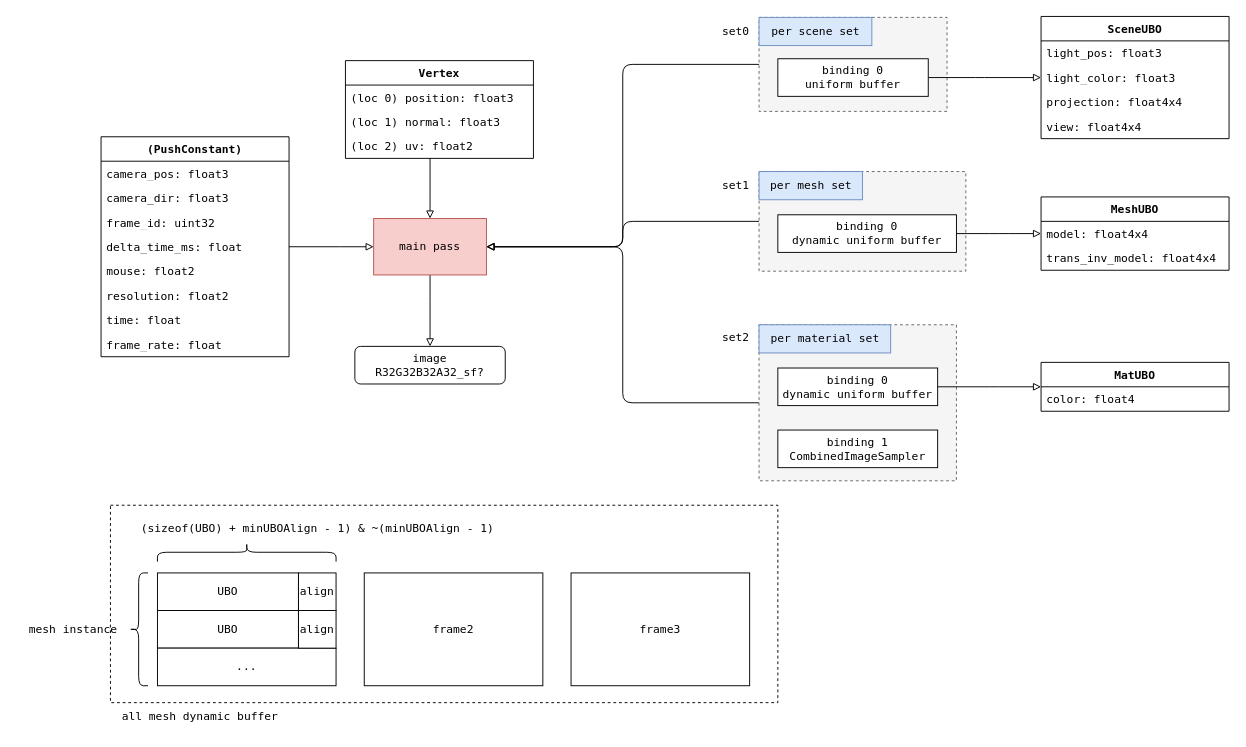
Above: doc/phong.drawio in acccoco/Render-Rust-vk-Truvis (draw.io), before the change. Source tidied: cells renumbered, new cells numbered last; positions are measured from the earlier drawing's top-left corner, leaving out a move shared by most shapes. Both pictures are drawn from the tidied source at 94%, with x=0, y=0 at pixel (16, 16).
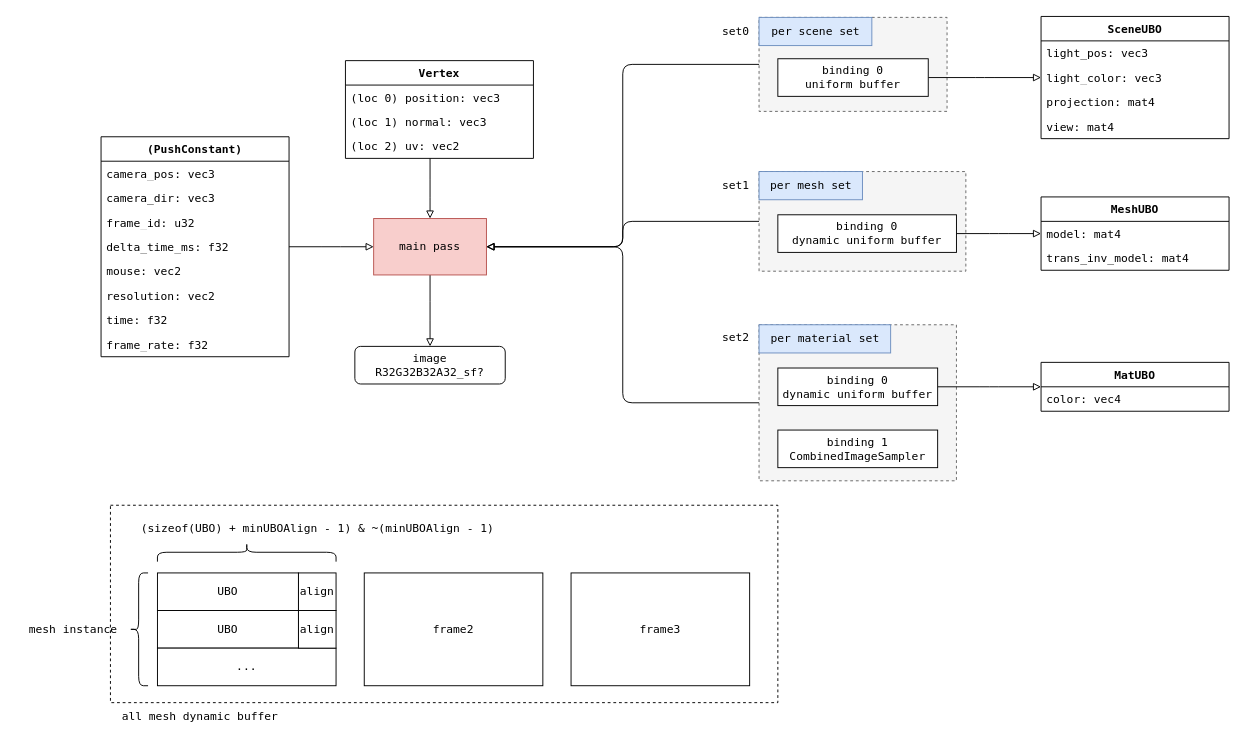
The same diagram, later.

Unchanged cells that the change refers to:
```xml
<mxCell id="13" value="Vertex" style="swimlane;fontStyle=1;align=center;verticalAlign=top;horizontal=1;startSize=26;whiteSpace=wrap;html=1;fontFamily=Lucida Console;" parent="1" vertex="1">
  <mxGeometry x="350" y="47" width="200" height="104" as="geometry" />
</mxCell>
<mxCell id="18" value="SceneUBO" style="swimlane;fontStyle=1;align=center;verticalAlign=top;horizontal=1;startSize=26;whiteSpace=wrap;html=1;fontFamily=Lucida Console;" parent="1" vertex="1">
  <mxGeometry x="1090" width="200" height="130" as="geometry" />
</mxCell>
<mxCell id="26" value="MeshUBO" style="swimlane;fontStyle=1;align=center;verticalAlign=top;horizontal=1;startSize=26;whiteSpace=wrap;html=1;fontFamily=Lucida Console;" parent="1" vertex="1">
  <mxGeometry x="1090" y="192" width="200" height="78" as="geometry" />
</mxCell>
<mxCell id="37" value="(PushConstant)" style="swimlane;fontStyle=1;align=center;verticalAlign=top;horizontal=1;startSize=26;whiteSpace=wrap;html=1;fontFamily=Lucida Console;" parent="1" vertex="1">
  <mxGeometry x="90" y="128" width="200" height="234" as="geometry" />
</mxCell>
<mxCell id="48" value="MatUBO" style="swimlane;fontStyle=1;align=center;verticalAlign=top;horizontal=1;startSize=26;whiteSpace=wrap;html=1;fontFamily=Lucida Console;" parent="1" vertex="1">
  <mxGeometry x="1090" y="368" width="200" height="52" as="geometry" />
</mxCell>
```

What changed in the source:
```diff
@@
-    <mxCell id="14" value="(loc 0) position: float3" style="text;strokeColor=none;fillColor=none;align=left;verticalAlign=top;spacingLeft=4;spacingRight=4;overflow=hidden;whiteSpace=wrap;html=1;fontFamily=Lucida Console;" parent="13" vertex="1">
+    <mxCell id="14" value="(loc 0) position: vec3" style="text;strokeColor=none;fillColor=none;align=left;verticalAlign=top;spacingLeft=4;spacingRight=4;overflow=hidden;whiteSpace=wrap;html=1;fontFamily=Lucida Console;" parent="13" vertex="1">
       <mxGeometry y="26" width="200" height="26" as="geometry" />
     </mxCell>
-    <mxCell id="15" value="(loc 1) normal: float3" style="text;strokeColor=none;fillColor=none;align=left;verticalAlign=top;spacingLeft=4;spacingRight=4;overflow=hidden;whiteSpace=wrap;html=1;fontFamily=Lucida Console;" parent="13" vertex="1">
+    <mxCell id="15" value="(loc 1) normal: vec3" style="text;strokeColor=none;fillColor=none;align=left;verticalAlign=top;spacingLeft=4;spacingRight=4;overflow=hidden;whiteSpace=wrap;html=1;fontFamily=Lucida Console;" parent="13" vertex="1">
       <mxGeometry y="52" width="200" height="26" as="geometry" />
     </mxCell>
-    <mxCell id="16" value="(loc 2) uv: float2" style="text;strokeColor=none;fillColor=none;align=left;verticalAlign=top;spacingLeft=4;spacingRight=4;overflow=hidden;whiteSpace=wrap;html=1;fontFamily=Lucida Console;" parent="13" vertex="1">
+    <mxCell id="16" value="(loc 2) uv: vec2" style="text;strokeColor=none;fillColor=none;align=left;verticalAlign=top;spacingLeft=4;spacingRight=4;overflow=hidden;whiteSpace=wrap;html=1;fontFamily=Lucida Console;" parent="13" vertex="1">
       <mxGeometry y="78" width="200" height="26" as="geometry" />
     </mxCell>
@@
-    <mxCell id="19" value="light_pos: float3" style="text;strokeColor=none;fillColor=none;align=left;verticalAlign=top;spacingLeft=4;spacingRight=4;overflow=hidden;whiteSpace=wrap;html=1;fontFamily=Lucida Console;" parent="18" vertex="1">
+    <mxCell id="19" value="light_pos: vec3" style="text;strokeColor=none;fillColor=none;align=left;verticalAlign=top;spacingLeft=4;spacingRight=4;overflow=hidden;whiteSpace=wrap;html=1;fontFamily=Lucida Console;" parent="18" vertex="1">
       <mxGeometry y="26" width="200" height="26" as="geometry" />
     </mxCell>
-    <mxCell id="20" value="light_color: float3" style="text;strokeColor=none;fillColor=none;align=left;verticalAlign=top;spacingLeft=4;spacingRight=4;overflow=hidden;whiteSpace=wrap;html=1;fontFamily=Lucida Console;" parent="18" vertex="1">
+    <mxCell id="20" value="light_color: vec3" style="text;strokeColor=none;fillColor=none;align=left;verticalAlign=top;spacingLeft=4;spacingRight=4;overflow=hidden;whiteSpace=wrap;html=1;fontFamily=Lucida Console;" parent="18" vertex="1">
       <mxGeometry y="52" width="200" height="26" as="geometry" />
     </mxCell>
-    <mxCell id="21" value="projection: float4x4" style="text;strokeColor=none;fillColor=none;align=left;verticalAlign=top;spacingLeft=4;spacingRight=4;overflow=hidden;whiteSpace=wrap;html=1;fontFamily=Lucida Console;" parent="18" vertex="1">
+    <mxCell id="21" value="projection: mat4" style="text;strokeColor=none;fillColor=none;align=left;verticalAlign=top;spacingLeft=4;spacingRight=4;overflow=hidden;whiteSpace=wrap;html=1;fontFamily=Lucida Console;" parent="18" vertex="1">
       <mxGeometry y="78" width="200" height="26" as="geometry" />
     </mxCell>
-    <mxCell id="22" value="view: float4x4" style="text;strokeColor=none;fillColor=none;align=left;verticalAlign=top;spacingLeft=4;spacingRight=4;overflow=hidden;whiteSpace=wrap;html=1;fontFamily=Lucida Console;" parent="18" vertex="1">
+    <mxCell id="22" value="view: mat4" style="text;strokeColor=none;fillColor=none;align=left;verticalAlign=top;spacingLeft=4;spacingRight=4;overflow=hidden;whiteSpace=wrap;html=1;fontFamily=Lucida Console;" parent="18" vertex="1">
       <mxGeometry y="104" width="200" height="26" as="geometry" />
     </mxCell>
@@
-    <mxCell id="27" value="model: float4x4" style="text;strokeColor=none;fillColor=none;align=left;verticalAlign=top;spacingLeft=4;spacingRight=4;overflow=hidden;whiteSpace=wrap;html=1;fontFamily=Lucida Console;" parent="26" vertex="1">
+    <mxCell id="27" value="model: mat4" style="text;strokeColor=none;fillColor=none;align=left;verticalAlign=top;spacingLeft=4;spacingRight=4;overflow=hidden;whiteSpace=wrap;html=1;fontFamily=Lucida Console;" parent="26" vertex="1">
       <mxGeometry y="26" width="200" height="26" as="geometry" />
     </mxCell>
-    <mxCell id="28" value="trans_inv_model: float4x4" style="text;strokeColor=none;fillColor=none;align=left;verticalAlign=top;spacingLeft=4;spacingRight=4;overflow=hidden;whiteSpace=wrap;html=1;fontFamily=Lucida Console;" parent="26" vertex="1">
+    <mxCell id="28" value="trans_inv_model: mat4" style="text;strokeColor=none;fillColor=none;align=left;verticalAlign=top;spacingLeft=4;spacingRight=4;overflow=hidden;whiteSpace=wrap;html=1;fontFamily=Lucida Console;" parent="26" vertex="1">
       <mxGeometry y="52" width="200" height="26" as="geometry" />
     </mxCell>
@@
-    <mxCell id="38" value="camera_pos: float3" style="text;strokeColor=none;fillColor=none;align=left;verticalAlign=top;spacingLeft=4;spacingRight=4;overflow=hidden;whiteSpace=wrap;html=1;fontFamily=Lucida Console;" parent="37" vertex="1">
+    <mxCell id="38" value="camera_pos: vec3" style="text;strokeColor=none;fillColor=none;align=left;verticalAlign=top;spacingLeft=4;spacingRight=4;overflow=hidden;whiteSpace=wrap;html=1;fontFamily=Lucida Console;" parent="37" vertex="1">
       <mxGeometry y="26" width="200" height="26" as="geometry" />
     </mxCell>
-    <mxCell id="39" value="camera_dir: float3" style="text;strokeColor=none;fillColor=none;align=left;verticalAlign=top;spacingLeft=4;spacingRight=4;overflow=hidden;whiteSpace=wrap;html=1;fontFamily=Lucida Console;" parent="37" vertex="1">
+    <mxCell id="39" value="camera_dir: vec3" style="text;strokeColor=none;fillColor=none;align=left;verticalAlign=top;spacingLeft=4;spacingRight=4;overflow=hidden;whiteSpace=wrap;html=1;fontFamily=Lucida Console;" parent="37" vertex="1">
       <mxGeometry y="52" width="200" height="26" as="geometry" />
     </mxCell>
-    <mxCell id="40" value="frame_id: uint32" style="text;strokeColor=none;fillColor=none;align=left;verticalAlign=top;spacingLeft=4;spacingRight=4;overflow=hidden;whiteSpace=wrap;html=1;fontFamily=Lucida Console;" parent="37" vertex="1">
+    <mxCell id="40" value="frame_id: u32" style="text;strokeColor=none;fillColor=none;align=left;verticalAlign=top;spacingLeft=4;spacingRight=4;overflow=hidden;whiteSpace=wrap;html=1;fontFamily=Lucida Console;" parent="37" vertex="1">
       <mxGeometry y="78" width="200" height="26" as="geometry" />
     </mxCell>
-    <mxCell id="41" value="delta_time_ms: float" style="text;strokeColor=none;fillColor=none;align=left;verticalAlign=top;spacingLeft=4;spacingRight=4;overflow=hidden;whiteSpace=wrap;html=1;fontFamily=Lucida Console;" parent="37" vertex="1">
+    <mxCell id="41" value="delta_time_ms: f32" style="text;strokeColor=none;fillColor=none;align=left;verticalAlign=top;spacingLeft=4;spacingRight=4;overflow=hidden;whiteSpace=wrap;html=1;fontFamily=Lucida Console;" parent="37" vertex="1">
       <mxGeometry y="104" width="200" height="26" as="geometry" />
     </mxCell>
-    <mxCell id="42" value="mouse: float2" style="text;strokeColor=none;fillColor=none;align=left;verticalAlign=top;spacingLeft=4;spacingRight=4;overflow=hidden;whiteSpace=wrap;html=1;fontFamily=Lucida Console;" parent="37" vertex="1">
+    <mxCell id="42" value="mouse: vec2" style="text;strokeColor=none;fillColor=none;align=left;verticalAlign=top;spacingLeft=4;spacingRight=4;overflow=hidden;whiteSpace=wrap;html=1;fontFamily=Lucida Console;" parent="37" vertex="1">
       <mxGeometry y="130" width="200" height="26" as="geometry" />
     </mxCell>
-    <mxCell id="43" value="resolution: float2" style="text;strokeColor=none;fillColor=none;align=left;verticalAlign=top;spacingLeft=4;spacingRight=4;overflow=hidden;whiteSpace=wrap;html=1;fontFamily=Lucida Console;" parent="37" vertex="1">
+    <mxCell id="43" value="resolution: vec2" style="text;strokeColor=none;fillColor=none;align=left;verticalAlign=top;spacingLeft=4;spacingRight=4;overflow=hidden;whiteSpace=wrap;html=1;fontFamily=Lucida Console;" parent="37" vertex="1">
       <mxGeometry y="156" width="200" height="26" as="geometry" />
     </mxCell>
-    <mxCell id="44" value="time: float" style="text;strokeColor=none;fillColor=none;align=left;verticalAlign=top;spacingLeft=4;spacingRight=4;overflow=hidden;whiteSpace=wrap;html=1;fontFamily=Lucida Console;" parent="37" vertex="1">
+    <mxCell id="44" value="time: f32" style="text;strokeColor=none;fillColor=none;align=left;verticalAlign=top;spacingLeft=4;spacingRight=4;overflow=hidden;whiteSpace=wrap;html=1;fontFamily=Lucida Console;" parent="37" vertex="1">
       <mxGeometry y="182" width="200" height="26" as="geometry" />
     </mxCell>
-    <mxCell id="45" value="frame_rate: float" style="text;strokeColor=none;fillColor=none;align=left;verticalAlign=top;spacingLeft=4;spacingRight=4;overflow=hidden;whiteSpace=wrap;html=1;fontFamily=Lucida Console;" parent="37" vertex="1">
+    <mxCell id="45" value="frame_rate: f32" style="text;strokeColor=none;fillColor=none;align=left;verticalAlign=top;spacingLeft=4;spacingRight=4;overflow=hidden;whiteSpace=wrap;html=1;fontFamily=Lucida Console;" parent="37" vertex="1">
       <mxGeometry y="208" width="200" height="26" as="geometry" />
     </mxCell>
@@
-    <mxCell id="49" value="color: float4" style="text;strokeColor=none;fillColor=none;align=left;verticalAlign=top;spacingLeft=4;spacingRight=4;overflow=hidden;whiteSpace=wrap;html=1;fontFamily=Lucida Console;" parent="48" vertex="1">
+    <mxCell id="49" value="color: vec4" style="text;strokeColor=none;fillColor=none;align=left;verticalAlign=top;spacingLeft=4;spacingRight=4;overflow=hidden;whiteSpace=wrap;html=1;fontFamily=Lucida Console;" parent="48" vertex="1">
       <mxGeometry y="26" width="200" height="26" as="geometry" />
     </mxCell>
```
